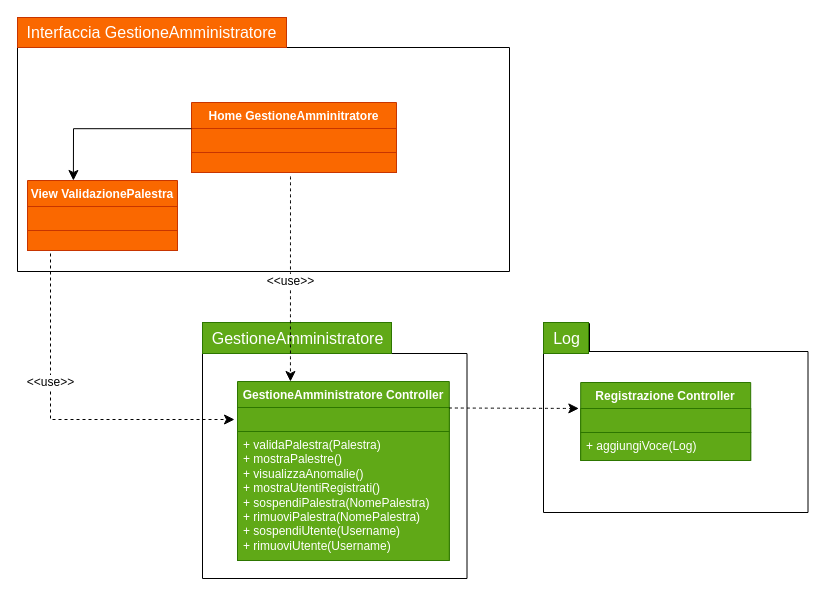
The draw.io diagram Diagrammi_Package/Classi/GestioneAmministratore.drawio in JosephBoom02/Progetto_Ingegneria_del_Software, before the edit. Source tidied: cells renumbered, new cells numbered last; positions are measured from the earlier drawing's top-left corner, leaving out a move shared by most shapes. Both pictures are drawn from the tidied source at 100%, with x=0, y=0 at pixel (17, 17).
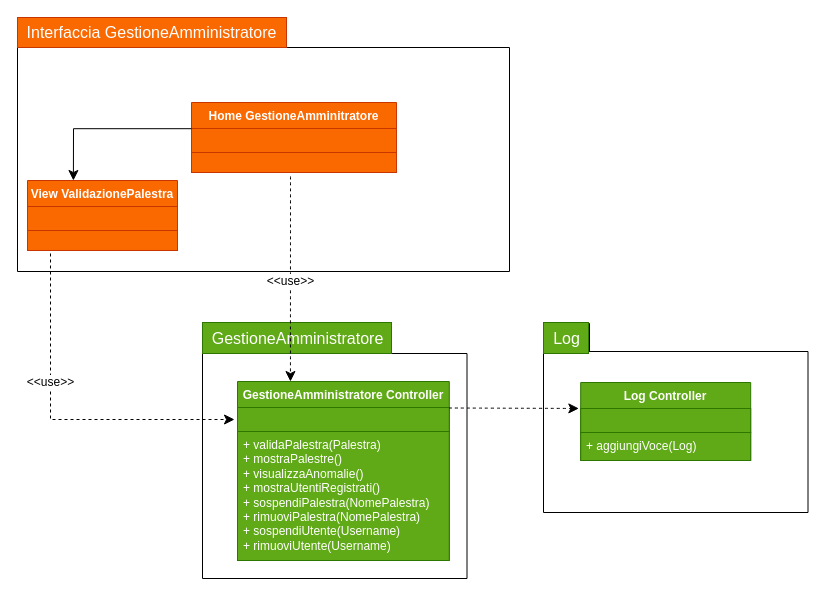
Above is the later version.

Change to the diagram source:
```diff
@@
-    <mxCell id="27" value="Registrazione Controller" style="swimlane;fontStyle=1;align=center;verticalAlign=top;horizontal=1;startSize=26;whiteSpace=wrap;html=1;fillColor=#60a917;fontColor=#ffffff;strokeColor=#2D7600;" parent="1" vertex="1">
+    <mxCell id="27" value="Log Controller" style="swimlane;fontStyle=1;align=center;verticalAlign=top;horizontal=1;startSize=26;whiteSpace=wrap;html=1;fillColor=#60a917;fontColor=#ffffff;strokeColor=#2D7600;" parent="1" vertex="1">
       <mxGeometry x="563.2" y="365" width="170" height="78" as="geometry" />
     </mxCell>
```
